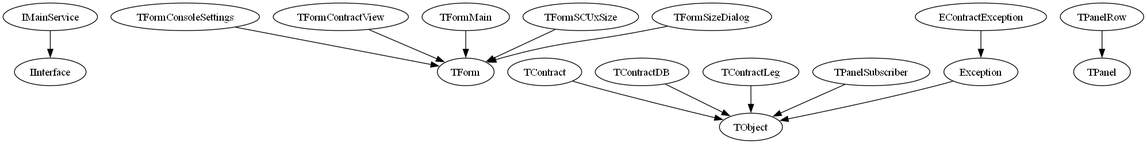
Above: docs/GVClasses.png in JoeFerri/StarTools (Graphviz), before the change. Its source is kept beside it as docs/GVClasses.dot.
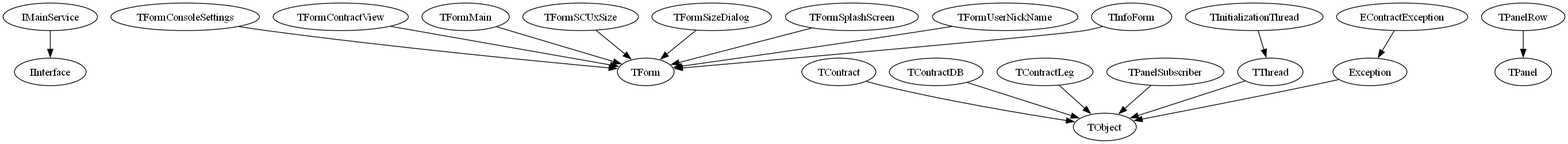
The same file after the commit.

Change to the diagram source:
```diff
@@ -11,6 +11,12 @@
   "TFormSCUxSize" [href="SCUxSizeFormUnit.TFormSCUxSize.html"]
   "TFormSizeDialog" -> "TForm"
   "TFormSizeDialog" [href="SizeDialogUnit.TFormSizeDialog.html"]
+  "TFormSplashScreen" -> "TForm"
+  "TFormSplashScreen" [href="SplashScreenUnit.TFormSplashScreen.html"]
+  "TFormUserNickName" -> "TForm"
+  "TFormUserNickName" [href="UserNickNameUnit.TFormUserNickName.html"]
+  "TInfoForm" -> "TForm"
+  "TInfoForm" [href="InfoUnit.TInfoForm.html"]
   "Exception" -> "TObject"
   "EContractException" -> "Exception"
   "EContractException" [href="ContractUnit.EContractException.html"]
@@ -22,6 +28,9 @@
   "TContractLeg" [href="ContractUnit.TContractLeg.html"]
   "TPanelSubscriber" -> "TObject"
   "TPanelSubscriber" [href="ContractDBUnit.TPanelSubscriber.html"]
+  "TThread" -> "TObject"
+  "TInitializationThread" -> "TThread"
+  "TInitializationThread" [href="InitUnit.TInitializationThread.html"]
   "TPanelRow" -> "TPanel"
   "TPanelRow" [href="PanelRowUnit.TPanelRow.html"]
 }
```
